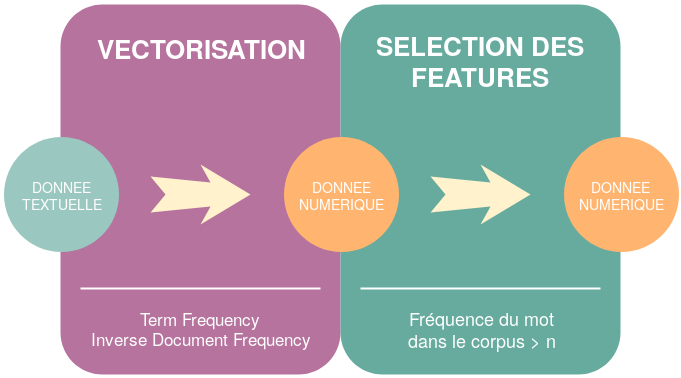
anonbnr/HMIN232M_Project keeps this draw.io diagram as Documents/Présentation/images/features.png. Above is the earlier version. Source tidied: cells renumbered, new cells last; positions are measured from the earlier drawing's top-left corner, leaving out a move shared by most shapes.
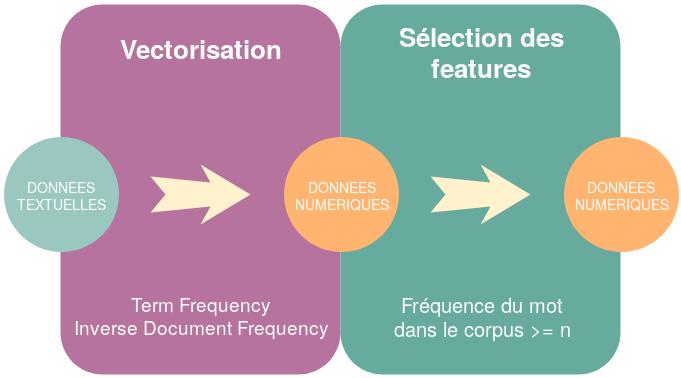
Later version of the same file.

Commit message:
features slide fixed

Change to the diagram source:
```diff
@@ -5,16 +5,13 @@
     <mxCell id="2" style="whiteSpace=wrap;html=1;rounded=1;shadow=0;strokeWidth=8;fontSize=20;align=center;fillColor=#B5739D;strokeColor=none;gradientColor=none;" parent="1" vertex="1">
       <mxGeometry x="57" width="280" height="370" as="geometry" />
     </mxCell>
-    <mxCell id="3" value="VECTORISATION" style="text;html=1;strokeColor=none;fillColor=none;align=center;verticalAlign=middle;whiteSpace=wrap;rounded=0;shadow=0;fontSize=26;fontColor=#FFFFFF;fontStyle=1;" parent="1" vertex="1">
+    <mxCell id="3" value="Vectorisation" style="text;html=1;strokeColor=none;fillColor=none;align=center;verticalAlign=middle;whiteSpace=wrap;rounded=0;shadow=0;fontSize=26;fontColor=#FFFFFF;fontStyle=1;" parent="1" vertex="1">
       <mxGeometry x="57" y="12" width="280" height="60" as="geometry" />
     </mxCell>
-    <mxCell id="4" value="&lt;div style=&quot;font-size: 17px&quot;&gt;&lt;font style=&quot;font-size: 17px&quot;&gt;Term Frequency &lt;br&gt;&lt;/font&gt;&lt;/div&gt;&lt;div style=&quot;font-size: 17px&quot;&gt;&lt;font style=&quot;font-size: 17px&quot;&gt;Inverse Document Frequency&lt;/font&gt;&lt;/div&gt;" style="text;html=1;strokeColor=none;fillColor=none;align=center;verticalAlign=middle;whiteSpace=wrap;rounded=0;shadow=0;fontSize=18;fontColor=#FFFFFF;" parent="1" vertex="1">
-      <mxGeometry x="57" y="296" width="280" height="54" as="geometry" />
+    <mxCell id="4" value="&lt;div style=&quot;font-size: 19px;&quot;&gt;&lt;font style=&quot;font-size: 19px;&quot;&gt;Term Frequency &lt;br style=&quot;font-size: 19px;&quot;&gt;&lt;/font&gt;&lt;/div&gt;&lt;div style=&quot;font-size: 19px;&quot;&gt;&lt;font style=&quot;font-size: 19px;&quot;&gt;Inverse Document Frequency&lt;/font&gt;&lt;/div&gt;" style="text;html=1;strokeColor=none;fillColor=none;align=center;verticalAlign=middle;whiteSpace=wrap;rounded=0;shadow=0;fontSize=19;fontColor=#FFFFFF;" parent="1" vertex="1">
+      <mxGeometry x="57" y="284" width="280" height="54" as="geometry" />
     </mxCell>
-    <mxCell id="5" style="line;strokeWidth=2;html=1;rounded=0;shadow=0;fontSize=27;align=center;fillColor=none;strokeColor=#FFFFFF;" parent="1" vertex="1">
-      <mxGeometry x="77" y="279" width="240" height="10" as="geometry" />
-    </mxCell>
-    <mxCell id="6" value="&lt;div&gt;DONNEE&lt;br&gt;&lt;/div&gt;&lt;div&gt;TEXTUELLE&lt;/div&gt;" style="ellipse;whiteSpace=wrap;html=1;rounded=0;shadow=0;strokeWidth=6;fontSize=14;align=center;fillColor=#9AC7BF;strokeColor=none;fontColor=#FFFFFF;" parent="1" vertex="1">
+    <mxCell id="6" value="&lt;div&gt;DONNEES&lt;br&gt;&lt;/div&gt;&lt;div&gt;TEXTUELLES&lt;/div&gt;" style="ellipse;whiteSpace=wrap;html=1;rounded=0;shadow=0;strokeWidth=6;fontSize=14;align=center;fillColor=#9AC7BF;strokeColor=none;fontColor=#FFFFFF;" parent="1" vertex="1">
       <mxGeometry y="132" width="115" height="115" as="geometry" />
     </mxCell>
     <mxCell id="7" style="html=1;shadow=0;dashed=0;align=center;verticalAlign=middle;shape=mxgraph.arrows2.stylisedArrow;dy=0.6;dx=40;notch=15;feather=0.4;rounded=0;strokeWidth=1;fontSize=27;strokeColor=none;fillColor=#fff2cc;" parent="1" vertex="1">
@@ -23,22 +20,19 @@
     <mxCell id="8" style="whiteSpace=wrap;html=1;rounded=1;shadow=0;strokeWidth=8;fontSize=20;align=center;fillColor=#67AB9F;strokeColor=none;" parent="1" vertex="1">
       <mxGeometry x="337" width="280" height="370" as="geometry" />
     </mxCell>
-    <mxCell id="9" value="SELECTION DES FEATURES" style="text;html=1;strokeColor=none;fillColor=none;align=center;verticalAlign=middle;whiteSpace=wrap;rounded=0;shadow=0;fontSize=26;fontColor=#FFFFFF;fontStyle=1;" parent="1" vertex="1">
-      <mxGeometry x="337" y="12" width="280" height="85" as="geometry" />
+    <mxCell id="9" value="&lt;div&gt;Sélection des&lt;/div&gt;&lt;div&gt;features&lt;br&gt;&lt;/div&gt;" style="text;html=1;strokeColor=none;fillColor=none;align=center;verticalAlign=middle;whiteSpace=wrap;rounded=0;shadow=0;fontSize=26;fontColor=#FFFFFF;fontStyle=1;" parent="1" vertex="1">
+      <mxGeometry x="337" y="12" width="280" height="68" as="geometry" />
     </mxCell>
-    <mxCell id="10" value="&lt;div&gt;&lt;font style=&quot;font-size: 18px&quot;&gt;Fréquence du mot &lt;br&gt;&lt;/font&gt;&lt;/div&gt;&lt;div&gt;&lt;font style=&quot;font-size: 18px&quot;&gt;dans le corpus &amp;gt; n&lt;/font&gt;&lt;/div&gt;" style="text;html=1;strokeColor=none;fillColor=none;align=center;verticalAlign=middle;whiteSpace=wrap;rounded=0;shadow=0;fontSize=18;fontColor=#FFFFFF;" parent="1" vertex="1">
-      <mxGeometry x="338" y="288" width="280" height="72" as="geometry" />
+    <mxCell id="10" value="&lt;div style=&quot;font-size: 20px;&quot;&gt;&lt;font style=&quot;font-size: 20px;&quot;&gt;Fréquence du mot &lt;br style=&quot;font-size: 20px;&quot;&gt;&lt;/font&gt;&lt;/div&gt;&lt;div style=&quot;font-size: 20px;&quot;&gt;&lt;font style=&quot;font-size: 20px;&quot;&gt;dans le corpus &amp;gt;= n&lt;/font&gt;&lt;/div&gt;" style="text;html=1;strokeColor=none;fillColor=none;align=center;verticalAlign=middle;whiteSpace=wrap;rounded=0;shadow=0;fontSize=20;fontColor=#FFFFFF;" parent="1" vertex="1">
+      <mxGeometry x="338" y="275" width="280" height="72" as="geometry" />
     </mxCell>
-    <mxCell id="11" style="line;strokeWidth=2;html=1;rounded=0;shadow=0;fontSize=27;align=center;fillColor=none;strokeColor=#FFFFFF;" parent="1" vertex="1">
-      <mxGeometry x="357" y="279" width="240" height="10" as="geometry" />
-    </mxCell>
-    <mxCell id="12" value="&lt;div&gt;DONNEE&lt;/div&gt;&lt;div&gt;NUMERIQUE&lt;/div&gt;" style="ellipse;whiteSpace=wrap;html=1;rounded=0;shadow=0;strokeWidth=6;fontSize=14;align=center;fillColor=#FFB570;strokeColor=none;fontColor=#FFFFFF;gradientColor=none;" parent="1" vertex="1">
+    <mxCell id="12" value="&lt;div&gt;DONNEES&lt;/div&gt;&lt;div&gt;NUMERIQUES&lt;/div&gt;" style="ellipse;whiteSpace=wrap;html=1;rounded=0;shadow=0;strokeWidth=6;fontSize=14;align=center;fillColor=#FFB570;strokeColor=none;fontColor=#FFFFFF;gradientColor=none;" parent="1" vertex="1">
       <mxGeometry x="280" y="132" width="115" height="115" as="geometry" />
     </mxCell>
     <mxCell id="13" style="html=1;shadow=0;dashed=0;align=center;verticalAlign=middle;shape=mxgraph.arrows2.stylisedArrow;dy=0.6;dx=40;notch=15;feather=0.4;rounded=0;strokeWidth=1;fontSize=27;strokeColor=none;fillColor=#fff2cc;" parent="1" vertex="1">
       <mxGeometry x="427" y="160" width="100" height="60" as="geometry" />
     </mxCell>
-    <mxCell id="14" value="DONNEE&lt;br&gt;&lt;div&gt;NUMERIQUE&lt;/div&gt;" style="ellipse;whiteSpace=wrap;html=1;rounded=0;shadow=0;strokeWidth=6;fontSize=14;align=center;fillColor=#FFB570;strokeColor=none;fontColor=#FFFFFF;" parent="1" vertex="1">
+    <mxCell id="14" value="DONNEES&lt;br&gt;&lt;div&gt;NUMERIQUES&lt;/div&gt;" style="ellipse;whiteSpace=wrap;html=1;rounded=0;shadow=0;strokeWidth=6;fontSize=14;align=center;fillColor=#FFB570;strokeColor=none;fontColor=#FFFFFF;" parent="1" vertex="1">
       <mxGeometry x="560" y="132" width="115" height="115" as="geometry" />
     </mxCell>
   </root>
```
